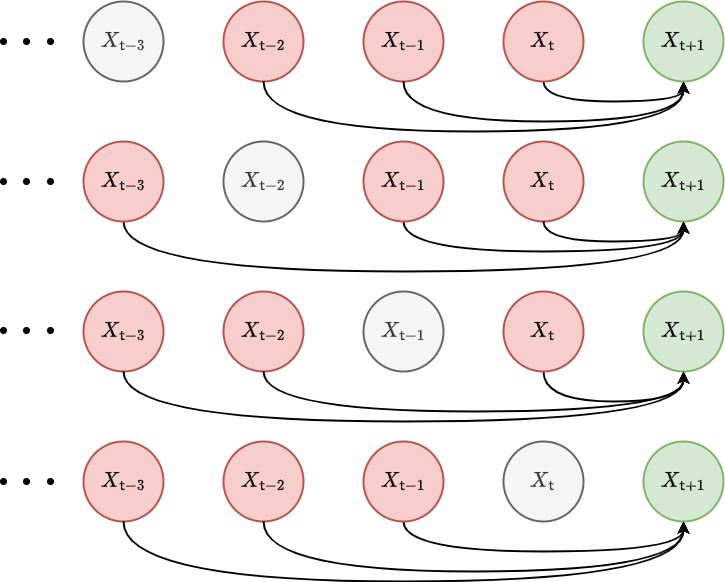
Above: images/chapter-2-third-temporal-correlation.drawio.png in umbralcalc/worlds-of-observation (draw.io), before the change. Source tidied: cells renumbered, new cells last; positions are measured from the earlier drawing's top-left corner, leaving out a move shared by most shapes.
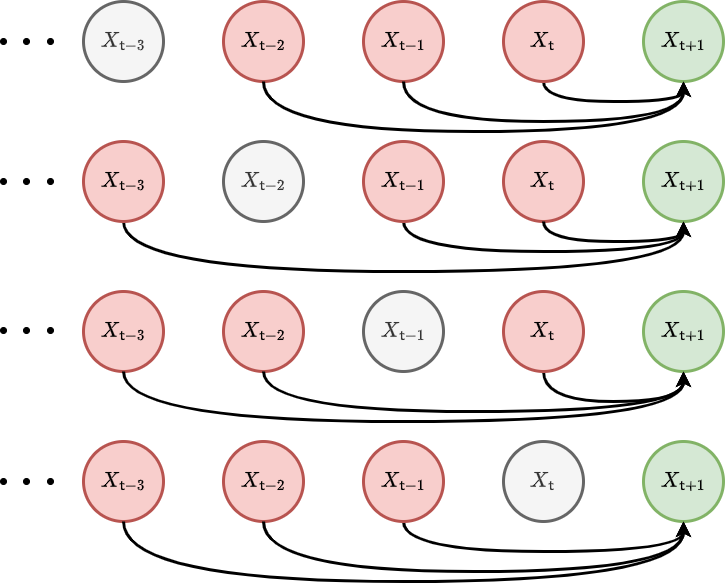
After the commit.

Commit message:
more details in online learning software and updated diagrams

Diff of the diagram source:
```diff
@@ -2,7 +2,7 @@
   <root>
     <mxCell id="0" />
     <mxCell id="1" parent="0" />
-    <mxCell id="2" style="curved=1;endArrow=classic;html=1;rounded=0;edgeStyle=orthogonalEdgeStyle;strokeWidth=2;exitX=0.5;exitY=1;exitDx=0;exitDy=0;" parent="1" edge="1" source="5">
+    <mxCell id="2" style="curved=1;endArrow=classic;html=1;rounded=0;edgeStyle=orthogonalEdgeStyle;strokeWidth=3;exitX=0.5;exitY=1;exitDx=0;exitDy=0;" parent="1" edge="1" source="5">
       <mxGeometry relative="1" as="geometry">
         <mxPoint x="683" y="80" as="targetPoint" />
         <Array as="points">
@@ -11,19 +11,19 @@
         </Array>
       </mxGeometry>
     </mxCell>
-    <mxCell id="3" value="&lt;font style=&quot;font-size: 18px;&quot;&gt;$$X_{{\sf t}-2}$$&lt;/font&gt;" style="ellipse;whiteSpace=wrap;html=1;strokeWidth=2;fillColor=#f8cecc;strokeColor=#b85450;" parent="1" vertex="1">
+    <mxCell id="3" value="&lt;font style=&quot;font-size: 18px;&quot;&gt;$$X_{{\sf t}-2}$$&lt;/font&gt;" style="ellipse;whiteSpace=wrap;html=1;strokeWidth=3;fillColor=#f8cecc;strokeColor=#b85450;" parent="1" vertex="1">
       <mxGeometry x="223" width="80" height="80" as="geometry" />
     </mxCell>
-    <mxCell id="4" value="&lt;font style=&quot;font-size: 18px;&quot;&gt;$$X_{{\sf t}-1}$$&lt;/font&gt;" style="ellipse;whiteSpace=wrap;html=1;strokeWidth=2;fillColor=#f8cecc;strokeColor=#b85450;" parent="1" vertex="1">
+    <mxCell id="4" value="&lt;font style=&quot;font-size: 18px;&quot;&gt;$$X_{{\sf t}-1}$$&lt;/font&gt;" style="ellipse;whiteSpace=wrap;html=1;strokeWidth=3;fillColor=#f8cecc;strokeColor=#b85450;" parent="1" vertex="1">
       <mxGeometry x="363" width="80" height="80" as="geometry" />
     </mxCell>
-    <mxCell id="5" value="&lt;font style=&quot;font-size: 18px;&quot;&gt;$$X_{{\sf t}}$$&lt;/font&gt;" style="ellipse;whiteSpace=wrap;html=1;strokeWidth=2;fillColor=#f8cecc;strokeColor=#b85450;" parent="1" vertex="1">
+    <mxCell id="5" value="&lt;font style=&quot;font-size: 18px;&quot;&gt;$$X_{{\sf t}}$$&lt;/font&gt;" style="ellipse;whiteSpace=wrap;html=1;strokeWidth=3;fillColor=#f8cecc;strokeColor=#b85450;" parent="1" vertex="1">
       <mxGeometry x="503" width="80" height="80" as="geometry" />
     </mxCell>
-    <mxCell id="6" value="&lt;font style=&quot;font-size: 18px;&quot;&gt;$$X_{{\sf t}+1}$$&lt;/font&gt;" style="ellipse;whiteSpace=wrap;html=1;strokeWidth=2;fillColor=#d5e8d4;strokeColor=#82b366;" parent="1" vertex="1">
+    <mxCell id="6" value="&lt;font style=&quot;font-size: 18px;&quot;&gt;$$X_{{\sf t}+1}$$&lt;/font&gt;" style="ellipse;whiteSpace=wrap;html=1;strokeWidth=3;fillColor=#d5e8d4;strokeColor=#82b366;" parent="1" vertex="1">
       <mxGeometry x="643" width="80" height="80" as="geometry" />
     </mxCell>
-    <mxCell id="7" style="curved=1;endArrow=classic;html=1;rounded=0;edgeStyle=orthogonalEdgeStyle;strokeWidth=2;exitX=0.5;exitY=1;exitDx=0;exitDy=0;" parent="1" edge="1" source="4">
+    <mxCell id="7" style="curved=1;endArrow=classic;html=1;rounded=0;edgeStyle=orthogonalEdgeStyle;strokeWidth=3;exitX=0.5;exitY=1;exitDx=0;exitDy=0;" parent="1" edge="1" source="4">
       <mxGeometry relative="1" as="geometry">
         <mxPoint x="683" y="80" as="targetPoint" />
         <Array as="points">
@@ -32,7 +32,7 @@
         </Array>
       </mxGeometry>
     </mxCell>
-    <mxCell id="8" style="curved=1;endArrow=classic;html=1;rounded=0;edgeStyle=orthogonalEdgeStyle;strokeWidth=2;exitX=0.5;exitY=1;exitDx=0;exitDy=0;" parent="1" edge="1" source="10">
+    <mxCell id="8" style="curved=1;endArrow=classic;html=1;rounded=0;edgeStyle=orthogonalEdgeStyle;strokeWidth=3;exitX=0.5;exitY=1;exitDx=0;exitDy=0;" parent="1" edge="1" source="10">
       <mxGeometry relative="1" as="geometry">
         <mxPoint x="683" y="220" as="targetPoint" />
         <Array as="points">
@@ -41,19 +41,19 @@
         </Array>
       </mxGeometry>
     </mxCell>
-    <mxCell id="9" value="&lt;font style=&quot;font-size: 18px;&quot;&gt;$$X_{{\sf t}-2}$$&lt;/font&gt;" style="ellipse;whiteSpace=wrap;html=1;strokeWidth=2;fillColor=#f5f5f5;strokeColor=#666666;fontColor=#333333;" parent="1" vertex="1">
+    <mxCell id="9" value="&lt;font style=&quot;font-size: 18px;&quot;&gt;$$X_{{\sf t}-2}$$&lt;/font&gt;" style="ellipse;whiteSpace=wrap;html=1;strokeWidth=3;fillColor=#f5f5f5;strokeColor=#666666;fontColor=#333333;" parent="1" vertex="1">
       <mxGeometry x="223" y="140" width="80" height="80" as="geometry" />
     </mxCell>
-    <mxCell id="10" value="&lt;font style=&quot;font-size: 18px;&quot;&gt;$$X_{{\sf t}-1}$$&lt;/font&gt;" style="ellipse;whiteSpace=wrap;html=1;strokeWidth=2;fillColor=#f8cecc;strokeColor=#b85450;" parent="1" vertex="1">
+    <mxCell id="10" value="&lt;font style=&quot;font-size: 18px;&quot;&gt;$$X_{{\sf t}-1}$$&lt;/font&gt;" style="ellipse;whiteSpace=wrap;html=1;strokeWidth=3;fillColor=#f8cecc;strokeColor=#b85450;" parent="1" vertex="1">
       <mxGeometry x="363" y="140" width="80" height="80" as="geometry" />
     </mxCell>
-    <mxCell id="11" value="&lt;font style=&quot;font-size: 18px;&quot;&gt;$$X_{{\sf t}}$$&lt;/font&gt;" style="ellipse;whiteSpace=wrap;html=1;strokeWidth=2;fillColor=#f8cecc;strokeColor=#b85450;" parent="1" vertex="1">
+    <mxCell id="11" value="&lt;font style=&quot;font-size: 18px;&quot;&gt;$$X_{{\sf t}}$$&lt;/font&gt;" style="ellipse;whiteSpace=wrap;html=1;strokeWidth=3;fillColor=#f8cecc;strokeColor=#b85450;" parent="1" vertex="1">
       <mxGeometry x="503" y="140" width="80" height="80" as="geometry" />
     </mxCell>
-    <mxCell id="12" value="&lt;font style=&quot;font-size: 18px;&quot;&gt;$$X_{{\sf t}+1}$$&lt;/font&gt;" style="ellipse;whiteSpace=wrap;html=1;strokeWidth=2;fillColor=#d5e8d4;strokeColor=#82b366;" parent="1" vertex="1">
+    <mxCell id="12" value="&lt;font style=&quot;font-size: 18px;&quot;&gt;$$X_{{\sf t}+1}$$&lt;/font&gt;" style="ellipse;whiteSpace=wrap;html=1;strokeWidth=3;fillColor=#d5e8d4;strokeColor=#82b366;" parent="1" vertex="1">
       <mxGeometry x="643" y="140" width="80" height="80" as="geometry" />
     </mxCell>
-    <mxCell id="13" style="curved=1;endArrow=classic;html=1;rounded=0;edgeStyle=orthogonalEdgeStyle;strokeWidth=2;exitX=0.5;exitY=1;exitDx=0;exitDy=0;" parent="1" edge="1" source="15">
+    <mxCell id="13" style="curved=1;endArrow=classic;html=1;rounded=0;edgeStyle=orthogonalEdgeStyle;strokeWidth=3;exitX=0.5;exitY=1;exitDx=0;exitDy=0;" parent="1" edge="1" source="15">
       <mxGeometry relative="1" as="geometry">
         <mxPoint x="683" y="220" as="targetPoint" />
         <Array as="points">
@@ -62,13 +62,13 @@
         </Array>
       </mxGeometry>
     </mxCell>
-    <mxCell id="14" value="&lt;font style=&quot;font-size: 18px;&quot;&gt;$$X_{{\sf t}-3}$$&lt;/font&gt;" style="ellipse;whiteSpace=wrap;html=1;strokeWidth=2;fillColor=#f5f5f5;fontColor=#333333;strokeColor=#666666;" parent="1" vertex="1">
+    <mxCell id="14" value="&lt;font style=&quot;font-size: 18px;&quot;&gt;$$X_{{\sf t}-3}$$&lt;/font&gt;" style="ellipse;whiteSpace=wrap;html=1;strokeWidth=3;fillColor=#f5f5f5;fontColor=#333333;strokeColor=#666666;" parent="1" vertex="1">
       <mxGeometry x="83" width="80" height="80" as="geometry" />
     </mxCell>
-    <mxCell id="15" value="&lt;font style=&quot;font-size: 18px;&quot;&gt;$$X_{{\sf t}-3}$$&lt;/font&gt;" style="ellipse;whiteSpace=wrap;html=1;strokeWidth=2;fillColor=#f8cecc;strokeColor=#b85450;" parent="1" vertex="1">
+    <mxCell id="15" value="&lt;font style=&quot;font-size: 18px;&quot;&gt;$$X_{{\sf t}-3}$$&lt;/font&gt;" style="ellipse;whiteSpace=wrap;html=1;strokeWidth=3;fillColor=#f8cecc;strokeColor=#b85450;" parent="1" vertex="1">
       <mxGeometry x="83" y="140" width="80" height="80" as="geometry" />
     </mxCell>
-    <mxCell id="16" style="curved=1;endArrow=classic;html=1;rounded=0;edgeStyle=orthogonalEdgeStyle;strokeWidth=2;exitX=0.5;exitY=1;exitDx=0;exitDy=0;" parent="1" edge="1" source="3">
+    <mxCell id="16" style="curved=1;endArrow=classic;html=1;rounded=0;edgeStyle=orthogonalEdgeStyle;strokeWidth=3;exitX=0.5;exitY=1;exitDx=0;exitDy=0;" parent="1" edge="1" source="3">
       <mxGeometry relative="1" as="geometry">
         <mxPoint x="683" y="80" as="targetPoint" />
         <Array as="points">
@@ -77,7 +77,7 @@
         </Array>
       </mxGeometry>
     </mxCell>
-    <mxCell id="17" style="curved=1;endArrow=classic;html=1;rounded=0;edgeStyle=orthogonalEdgeStyle;strokeWidth=2;exitX=0.5;exitY=1;exitDx=0;exitDy=0;entryX=0.5;entryY=1;entryDx=0;entryDy=0;" parent="1" edge="1" source="11" target="12">
+    <mxCell id="17" style="curved=1;endArrow=classic;html=1;rounded=0;edgeStyle=orthogonalEdgeStyle;strokeWidth=3;exitX=0.5;exitY=1;exitDx=0;exitDy=0;entryX=0.5;entryY=1;entryDx=0;entryDy=0;" parent="1" edge="1" source="11" target="12">
       <mxGeometry relative="1" as="geometry">
         <Array as="points">
           <mxPoint x="543" y="240" />
@@ -85,7 +85,7 @@
         </Array>
       </mxGeometry>
     </mxCell>
-    <mxCell id="18" style="curved=1;endArrow=classic;html=1;rounded=0;edgeStyle=orthogonalEdgeStyle;strokeWidth=2;exitX=0.5;exitY=1;exitDx=0;exitDy=0;" parent="1" edge="1" source="21">
+    <mxCell id="18" style="curved=1;endArrow=classic;html=1;rounded=0;edgeStyle=orthogonalEdgeStyle;strokeWidth=3;exitX=0.5;exitY=1;exitDx=0;exitDy=0;" parent="1" edge="1" source="21">
       <mxGeometry relative="1" as="geometry">
         <mxPoint x="683" y="370" as="targetPoint" />
         <Array as="points">
@@ -94,19 +94,19 @@
         </Array>
       </mxGeometry>
     </mxCell>
-    <mxCell id="19" value="&lt;font style=&quot;font-size: 18px;&quot;&gt;$$X_{{\sf t}-2}$$&lt;/font&gt;" style="ellipse;whiteSpace=wrap;html=1;strokeWidth=2;fillColor=#f8cecc;strokeColor=#b85450;" parent="1" vertex="1">
+    <mxCell id="19" value="&lt;font style=&quot;font-size: 18px;&quot;&gt;$$X_{{\sf t}-2}$$&lt;/font&gt;" style="ellipse;whiteSpace=wrap;html=1;strokeWidth=3;fillColor=#f8cecc;strokeColor=#b85450;" parent="1" vertex="1">
       <mxGeometry x="223" y="290" width="80" height="80" as="geometry" />
     </mxCell>
-    <mxCell id="20" value="&lt;font style=&quot;font-size: 18px;&quot;&gt;$$X_{{\sf t}-1}$$&lt;/font&gt;" style="ellipse;whiteSpace=wrap;html=1;strokeWidth=2;fillColor=#f5f5f5;strokeColor=#666666;fontColor=#333333;" parent="1" vertex="1">
+    <mxCell id="20" value="&lt;font style=&quot;font-size: 18px;&quot;&gt;$$X_{{\sf t}-1}$$&lt;/font&gt;" style="ellipse;whiteSpace=wrap;html=1;strokeWidth=3;fillColor=#f5f5f5;strokeColor=#666666;fontColor=#333333;" parent="1" vertex="1">
       <mxGeometry x="363" y="290" width="80" height="80" as="geometry" />
     </mxCell>
-    <mxCell id="21" value="&lt;font style=&quot;font-size: 18px;&quot;&gt;$$X_{{\sf t}}$$&lt;/font&gt;" style="ellipse;whiteSpace=wrap;html=1;strokeWidth=2;fillColor=#f8cecc;strokeColor=#b85450;" parent="1" vertex="1">
+    <mxCell id="21" value="&lt;font style=&quot;font-size: 18px;&quot;&gt;$$X_{{\sf t}}$$&lt;/font&gt;" style="ellipse;whiteSpace=wrap;html=1;strokeWidth=3;fillColor=#f8cecc;strokeColor=#b85450;" parent="1" vertex="1">
       <mxGeometry x="503" y="290" width="80" height="80" as="geometry" />
     </mxCell>
-    <mxCell id="22" value="&lt;font style=&quot;font-size: 18px;&quot;&gt;$$X_{{\sf t}+1}$$&lt;/font&gt;" style="ellipse;whiteSpace=wrap;html=1;strokeWidth=2;fillColor=#d5e8d4;strokeColor=#82b366;" parent="1" vertex="1">
+    <mxCell id="22" value="&lt;font style=&quot;font-size: 18px;&quot;&gt;$$X_{{\sf t}+1}$$&lt;/font&gt;" style="ellipse;whiteSpace=wrap;html=1;strokeWidth=3;fillColor=#d5e8d4;strokeColor=#82b366;" parent="1" vertex="1">
       <mxGeometry x="643" y="290" width="80" height="80" as="geometry" />
     </mxCell>
-    <mxCell id="23" style="curved=1;endArrow=classic;html=1;rounded=0;edgeStyle=orthogonalEdgeStyle;strokeWidth=2;exitX=0.5;exitY=1;exitDx=0;exitDy=0;" parent="1" edge="1" source="19">
+    <mxCell id="23" style="curved=1;endArrow=classic;html=1;rounded=0;edgeStyle=orthogonalEdgeStyle;strokeWidth=3;exitX=0.5;exitY=1;exitDx=0;exitDy=0;" parent="1" edge="1" source="19">
       <mxGeometry relative="1" as="geometry">
         <mxPoint x="683" y="370" as="targetPoint" />
         <Array as="points">
@@ -115,10 +115,10 @@
         </Array>
       </mxGeometry>
     </mxCell>
-    <mxCell id="24" value="&lt;font style=&quot;font-size: 18px;&quot;&gt;$$X_{{\sf t}-3}$$&lt;/font&gt;" style="ellipse;whiteSpace=wrap;html=1;strokeWidth=2;fillColor=#f8cecc;strokeColor=#b85450;" parent="1" vertex="1">
+    <mxCell id="24" value="&lt;font style=&quot;font-size: 18px;&quot;&gt;$$X_{{\sf t}-3}$$&lt;/font&gt;" style="ellipse;whiteSpace=wrap;html=1;strokeWidth=3;fillColor=#f8cecc;strokeColor=#b85450;" parent="1" vertex="1">
       <mxGeometry x="83" y="290" width="80" height="80" as="geometry" />
     </mxCell>
-    <mxCell id="25" style="curved=1;endArrow=classic;html=1;rounded=0;edgeStyle=orthogonalEdgeStyle;strokeWidth=2;exitX=0.5;exitY=1;exitDx=0;exitDy=0;entryX=0.5;entryY=1;entryDx=0;entryDy=0;" parent="1" edge="1" source="24" target="22">
+    <mxCell id="25" style="curved=1;endArrow=classic;html=1;rounded=0;edgeStyle=orthogonalEdgeStyle;strokeWidth=3;exitX=0.5;exitY=1;exitDx=0;exitDy=0;entryX=0.5;entryY=1;entryDx=0;entryDy=0;" parent="1" edge="1" source="24" target="22">
       <mxGeometry relative="1" as="geometry">
         <Array as="points">
           <mxPoint x="123" y="420" />
@@ -126,7 +126,7 @@
         </Array>
       </mxGeometry>
     </mxCell>
-    <mxCell id="26" style="curved=1;endArrow=classic;html=1;rounded=0;edgeStyle=orthogonalEdgeStyle;strokeWidth=2;exitX=0.5;exitY=1;exitDx=0;exitDy=0;" parent="1" edge="1" source="28">
+    <mxCell id="26" style="curved=1;endArrow=classic;html=1;rounded=0;edgeStyle=orthogonalEdgeStyle;strokeWidth=3;exitX=0.5;exitY=1;exitDx=0;exitDy=0;" parent="1" edge="1" source="28">
       <mxGeometry relative="1" as="geometry">
         <mxPoint x="683" y="520" as="targetPoint" />
         <Array as="points">
@@ -135,19 +135,19 @@
         </Array>
       </mxGeometry>
     </mxCell>
-    <mxCell id="27" value="&lt;font style=&quot;font-size: 18px;&quot;&gt;$$X_{{\sf t}-2}$$&lt;/font&gt;" style="ellipse;whiteSpace=wrap;html=1;strokeWidth=2;fillColor=#f8cecc;strokeColor=#b85450;" parent="1" vertex="1">
+    <mxCell id="27" value="&lt;font style=&quot;font-size: 18px;&quot;&gt;$$X_{{\sf t}-2}$$&lt;/font&gt;" style="ellipse;whiteSpace=wrap;html=1;strokeWidth=3;fillColor=#f8cecc;strokeColor=#b85450;" parent="1" vertex="1">
       <mxGeometry x="223" y="440" width="80" height="80" as="geometry" />
     </mxCell>
-    <mxCell id="28" value="&lt;font style=&quot;font-size: 18px;&quot;&gt;$$X_{{\sf t}-1}$$&lt;/font&gt;" style="ellipse;whiteSpace=wrap;html=1;strokeWidth=2;fillColor=#f8cecc;strokeColor=#b85450;" parent="1" vertex="1">
+    <mxCell id="28" value="&lt;font style=&quot;font-size: 18px;&quot;&gt;$$X_{{\sf t}-1}$$&lt;/font&gt;" style="ellipse;whiteSpace=wrap;html=1;strokeWidth=3;fillColor=#f8cecc;strokeColor=#b85450;" parent="1" vertex="1">
       <mxGeometry x="363" y="440" width="80" height="80" as="geometry" />
     </mxCell>
-    <mxCell id="29" value="&lt;font style=&quot;font-size: 18px;&quot;&gt;$$X_{{\sf t}}$$&lt;/font&gt;" style="ellipse;whiteSpace=wrap;html=1;strokeWidth=2;fillColor=#f5f5f5;strokeColor=#666666;fontColor=#333333;" parent="1" vertex="1">
+    <mxCell id="29" value="&lt;font style=&quot;font-size: 18px;&quot;&gt;$$X_{{\sf t}}$$&lt;/font&gt;" style="ellipse;whiteSpace=wrap;html=1;strokeWidth=3;fillColor=#f5f5f5;strokeColor=#666666;fontColor=#333333;" parent="1" vertex="1">
       <mxGeometry x="503" y="440" width="80" height="80" as="geometry" />
     </mxCell>
-    <mxCell id="30" value="&lt;font style=&quot;font-size: 18px;&quot;&gt;$$X_{{\sf t}+1}$$&lt;/font&gt;" style="ellipse;whiteSpace=wrap;html=1;strokeWidth=2;fillColor=#d5e8d4;strokeColor=#82b366;" parent="1" vertex="1">
+    <mxCell id="30" value="&lt;font style=&quot;font-size: 18px;&quot;&gt;$$X_{{\sf t}+1}$$&lt;/font&gt;" style="ellipse;whiteSpace=wrap;html=1;strokeWidth=3;fillColor=#d5e8d4;strokeColor=#82b366;" parent="1" vertex="1">
       <mxGeometry x="643" y="440" width="80" height="80" as="geometry" />
     </mxCell>
-    <mxCell id="31" style="curved=1;endArrow=classic;html=1;rounded=0;edgeStyle=orthogonalEdgeStyle;strokeWidth=2;exitX=0.5;exitY=1;exitDx=0;exitDy=0;" parent="1" edge="1" source="27">
+    <mxCell id="31" style="curved=1;endArrow=classic;html=1;rounded=0;edgeStyle=orthogonalEdgeStyle;strokeWidth=3;exitX=0.5;exitY=1;exitDx=0;exitDy=0;" parent="1" edge="1" source="27">
       <mxGeometry relative="1" as="geometry">
         <mxPoint x="683" y="520" as="targetPoint" />
         <Array as="points">
@@ -156,10 +156,10 @@
         </Array>
       </mxGeometry>
     </mxCell>
-    <mxCell id="32" value="&lt;font style=&quot;font-size: 18px;&quot;&gt;$$X_{{\sf t}-3}$$&lt;/font&gt;" style="ellipse;whiteSpace=wrap;html=1;strokeWidth=2;fillColor=#f8cecc;strokeColor=#b85450;" parent="1" vertex="1">
+    <mxCell id="32" value="&lt;font style=&quot;font-size: 18px;&quot;&gt;$$X_{{\sf t}-3}$$&lt;/font&gt;" style="ellipse;whiteSpace=wrap;html=1;strokeWidth=3;fillColor=#f8cecc;strokeColor=#b85450;" parent="1" vertex="1">
       <mxGeometry x="83" y="440" width="80" height="80" as="geometry" />
     </mxCell>
-    <mxCell id="33" style="curved=1;endArrow=classic;html=1;rounded=0;edgeStyle=orthogonalEdgeStyle;strokeWidth=2;exitX=0.5;exitY=1;exitDx=0;exitDy=0;entryX=0.5;entryY=1;entryDx=0;entryDy=0;" parent="1" edge="1" source="32" target="30">
+    <mxCell id="33" style="curved=1;endArrow=classic;html=1;rounded=0;edgeStyle=orthogonalEdgeStyle;strokeWidth=3;exitX=0.5;exitY=1;exitDx=0;exitDy=0;entryX=0.5;entryY=1;entryDx=0;entryDy=0;" parent="1" edge="1" source="32" target="30">
       <mxGeometry relative="1" as="geometry">
         <Array as="points">
           <mxPoint x="123" y="580" />
```
